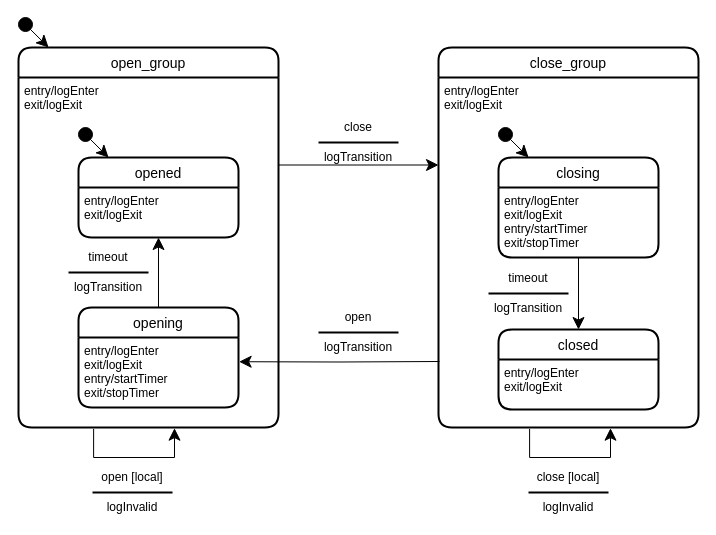
Above: page "3" (4 of 6) of docs/libraries/stc/tutorial.drawio in hat-open/hat-core (draw.io), before the change. Source tidied: cells renumbered, new cells numbered last; positions are measured from the earlier drawing's top-left corner, leaving out a move shared by most shapes. Both pictures are drawn from the tidied source at 100%, with x=0, y=0 at pixel (18, 17).
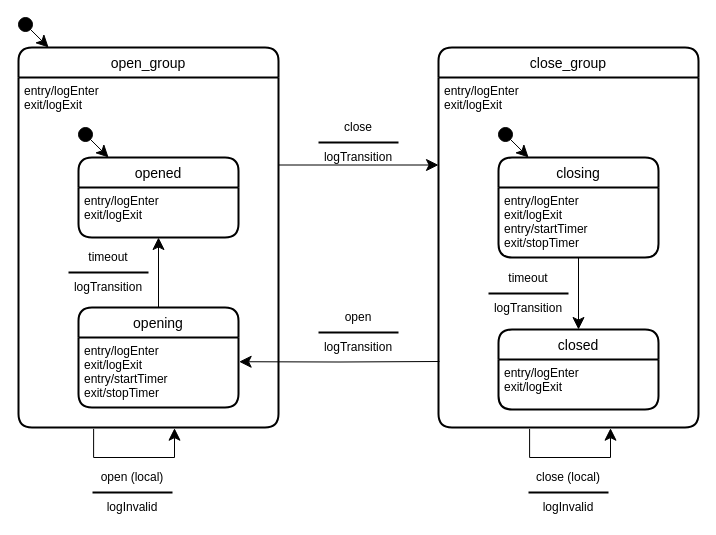
After the change.

Commit message (it also covers changes not shown here):
docs pyhat stc - tutorial

The edit, as a diff of the source:
```diff
@@
-    <mxCell id="38" value="open [local]" style="text;html=1;strokeColor=none;fillColor=none;align=center;verticalAlign=middle;whiteSpace=wrap;rounded=0;" parent="1" vertex="1">
+    <mxCell id="38" value="open (local)" style="text;html=1;strokeColor=none;fillColor=none;align=center;verticalAlign=middle;whiteSpace=wrap;rounded=0;" parent="1" vertex="1">
       <mxGeometry x="61" y="450" width="106" height="20" as="geometry" />
     </mxCell>
@@
-    <mxCell id="42" value="close [local]" style="text;html=1;strokeColor=none;fillColor=none;align=center;verticalAlign=middle;whiteSpace=wrap;rounded=0;" parent="1" vertex="1">
+    <mxCell id="42" value="close (local)" style="text;html=1;strokeColor=none;fillColor=none;align=center;verticalAlign=middle;whiteSpace=wrap;rounded=0;" parent="1" vertex="1">
       <mxGeometry x="497" y="450" width="106" height="20" as="geometry" />
     </mxCell>
```
